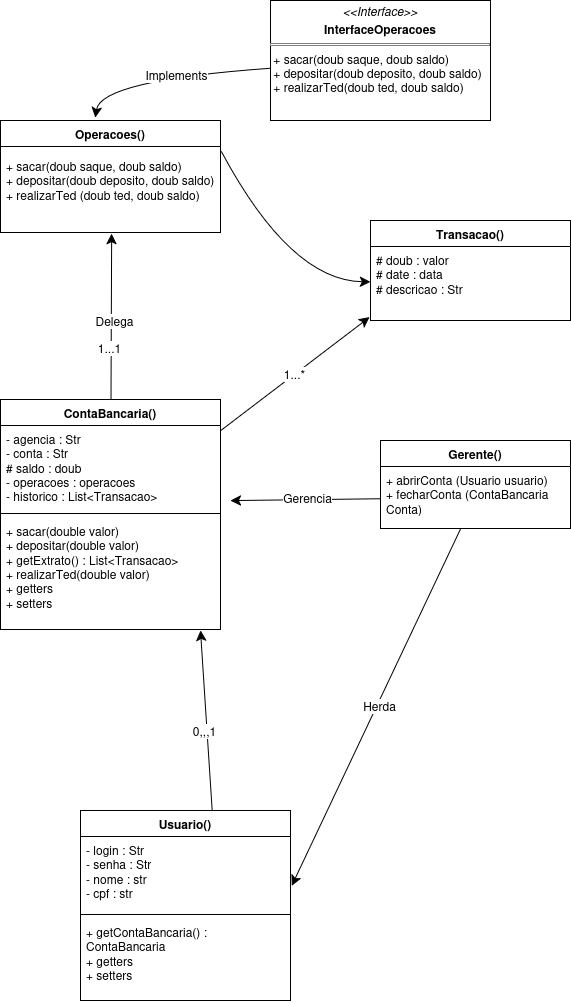
Above: Diagrama de classes.drawio.png in soturnacrosta/sistemaBancario (draw.io), before the change. Source tidied: cells renumbered, new cells last; positions are measured from the earlier drawing's top-left corner, leaving out a move shared by most shapes.
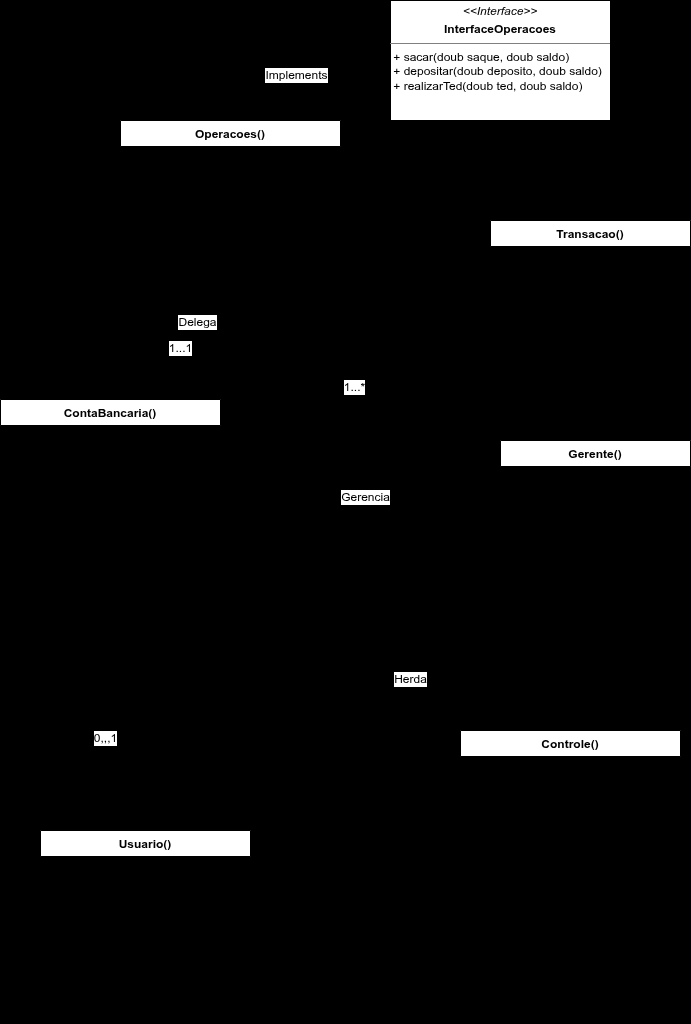
The same file after the commit.

What changed in the source:
```diff
@@ -25,7 +25,7 @@
       <mxGeometry x="270" width="220" height="120" as="geometry" />
     </mxCell>
     <mxCell id="8" value="ContaBancaria()" style="swimlane;fontStyle=1;align=center;verticalAlign=top;horizontal=1;startSize=26;whiteSpace=wrap;html=1;" parent="1" vertex="1">
-      <mxGeometry y="399" width="220" height="230" as="geometry" />
+      <mxGeometry x="-120" y="399" width="220" height="230" as="geometry" />
     </mxCell>
     <mxCell id="9" value="&lt;div&gt;- agencia : Str&lt;/div&gt;&lt;div&gt;- conta : Str&lt;/div&gt;&lt;div&gt;&lt;div&gt;# saldo : doub&lt;/div&gt;- operacoes : operacoes&lt;/div&gt;&lt;div&gt;    - historico : List&amp;lt;Transacao&amp;gt;&lt;/div&gt;" style="text;strokeColor=none;fillColor=none;align=left;verticalAlign=top;spacingLeft=4;spacingRight=4;overflow=hidden;points=[[0,0.5],[1,0.5]];portConstraint=eastwest;whiteSpace=wrap;html=1;" parent="8" vertex="1">
       <mxGeometry y="26" width="220" height="84" as="geometry" />
@@ -48,7 +48,7 @@
     <mxCell id="15" value="Transacao()" style="swimlane;fontStyle=1;align=center;verticalAlign=top;horizontal=1;startSize=26;whiteSpace=wrap;html=1;" parent="1" vertex="1">
       <mxGeometry x="370" y="220" width="200" height="100" as="geometry" />
     </mxCell>
-    <mxCell id="16" value="&lt;div&gt;# doub : valor&lt;/div&gt;&lt;div&gt;# date : data&lt;/div&gt;&lt;div&gt;# descricao : Str&lt;/div&gt;" style="text;strokeColor=none;fillColor=none;align=left;verticalAlign=top;spacingLeft=4;spacingRight=4;overflow=hidden;points=[[0,0.5],[1,0.5]];portConstraint=eastwest;whiteSpace=wrap;html=1;" parent="15" vertex="1">
+    <mxCell id="16" value="&lt;div&gt;# valor : doub&lt;/div&gt;&lt;div&gt;# data : date&lt;/div&gt;&lt;div&gt;# descricao : Str&lt;/div&gt;" style="text;strokeColor=none;fillColor=none;align=left;verticalAlign=top;spacingLeft=4;spacingRight=4;overflow=hidden;points=[[0,0.5],[1,0.5]];portConstraint=eastwest;whiteSpace=wrap;html=1;" parent="15" vertex="1">
       <mxGeometry y="26" width="200" height="74" as="geometry" />
     </mxCell>
     <mxCell id="17" style="edgeStyle=none;curved=1;rounded=0;jettySize=auto;html=1;fontSize=12;startSize=8;endSize=8;exitX=1.005;exitY=0.865;exitDx=0;exitDy=0;exitPerimeter=0;" parent="1" edge="1" source="3" target="16">
@@ -58,9 +58,9 @@
         </Array>
       </mxGeometry>
     </mxCell>
-    <mxCell id="18" style="edgeStyle=none;curved=1;rounded=0;jettySize=auto;html=1;fontSize=12;startSize=8;endSize=8;entryX=0.909;entryY=1.009;entryDx=0;entryDy=0;entryPerimeter=0;" parent="1" edge="1" target="11">
+    <mxCell id="18" style="edgeStyle=none;curved=1;rounded=0;jettySize=auto;html=1;fontSize=12;startSize=8;endSize=8;entryX=0.418;entryY=0.973;entryDx=0;entryDy=0;entryPerimeter=0;exitX=0.424;exitY=-0.021;exitDx=0;exitDy=0;exitPerimeter=0;" parent="1" edge="1" target="11">
       <mxGeometry relative="1" as="geometry">
-        <mxPoint x="211.7" y="810" as="sourcePoint" />
+        <mxPoint y="825" as="sourcePoint" />
       </mxGeometry>
     </mxCell>
     <mxCell id="19" value="0,,,1" style="edgeLabel;html=1;align=center;verticalAlign=middle;fontSize=12;" parent="18" vertex="1">
@@ -72,24 +72,20 @@
     <mxCell id="21" value="&lt;div&gt;+ abrirConta (Usuario usuario)&lt;/div&gt;&lt;div&gt;+ fecharConta (ContaBancaria Conta)&lt;/div&gt;" style="text;strokeColor=none;fillColor=none;align=left;verticalAlign=top;spacingLeft=4;spacingRight=4;overflow=hidden;points=[[0,0.5],[1,0.5]];portConstraint=eastwest;whiteSpace=wrap;html=1;" parent="20" vertex="1">
       <mxGeometry y="26" width="190" height="62" as="geometry" />
     </mxCell>
-    <mxCell id="22" style="edgeStyle=none;curved=1;rounded=0;jettySize=auto;html=1;entryX=1.009;entryY=-0.021;entryDx=0;entryDy=0;entryPerimeter=0;fontSize=12;startSize=8;endSize=8;" parent="1" edge="1" source="21">
-      <mxGeometry relative="1" as="geometry">
-        <mxPoint x="291.3" y="885.4" as="targetPoint" />
-      </mxGeometry>
+    <mxCell id="22" style="edgeStyle=none;curved=1;rounded=0;jettySize=auto;html=1;entryX=1;entryY=0;entryDx=0;entryDy=0;fontSize=12;startSize=8;endSize=8;" parent="1" edge="1" source="21" target="26">
+      <mxGeometry relative="1" as="geometry" />
     </mxCell>
     <mxCell id="23" value="Herda" style="edgeLabel;html=1;align=center;verticalAlign=middle;fontSize=12;" parent="22" vertex="1">
       <mxGeometry x="-0.01" y="2" relative="1" as="geometry" />
     </mxCell>
-    <mxCell id="24" style="edgeStyle=none;curved=1;rounded=0;jettySize=auto;html=1;fontSize=12;startSize=8;endSize=8;" parent="1" edge="1" source="21">
-      <mxGeometry relative="1" as="geometry">
-        <mxPoint x="230" y="500" as="targetPoint" />
-      </mxGeometry>
+    <mxCell id="24" style="edgeStyle=none;curved=1;rounded=0;jettySize=auto;html=1;fontSize=12;startSize=8;endSize=8;entryX=1.009;entryY=0.881;entryDx=0;entryDy=0;entryPerimeter=0;" parent="1" edge="1" source="21" target="9">
+      <mxGeometry relative="1" as="geometry" />
     </mxCell>
     <mxCell id="25" value="Gerencia" style="edgeLabel;html=1;align=center;verticalAlign=middle;fontSize=12;" parent="24" vertex="1">
       <mxGeometry x="-0.03" y="-2" relative="1" as="geometry" />
     </mxCell>
     <mxCell id="26" value="Usuario()" style="swimlane;fontStyle=1;align=center;verticalAlign=top;horizontal=1;startSize=26;whiteSpace=wrap;html=1;" parent="1" vertex="1">
-      <mxGeometry x="80" y="810" width="210" height="190" as="geometry" />
+      <mxGeometry x="-80" y="830" width="210" height="190" as="geometry" />
     </mxCell>
     <mxCell id="27" value="&lt;div&gt;- login : Str&lt;/div&gt;&lt;div&gt;- senha : Str&lt;/div&gt;&lt;div&gt;- nome : str&lt;/div&gt;&lt;div&gt;- cpf : str&lt;/div&gt;" style="text;strokeColor=none;fillColor=none;align=left;verticalAlign=top;spacingLeft=4;spacingRight=4;overflow=hidden;whiteSpace=wrap;html=1;" parent="26" vertex="1">
       <mxGeometry y="26" width="210" height="74" as="geometry" />
@@ -106,5 +102,20 @@
     <mxCell id="31" value="1...*" style="edgeLabel;html=1;align=center;verticalAlign=middle;fontSize=12;" parent="30" vertex="1">
       <mxGeometry x="-0.01" y="1" relative="1" as="geometry" />
     </mxCell>
+    <mxCell id="32" value="Controle()" style="swimlane;fontStyle=1;align=center;verticalAlign=top;horizontal=1;startSize=26;whiteSpace=wrap;html=1;" parent="1" vertex="1">
+      <mxGeometry x="340" y="730" width="220" height="190" as="geometry" />
+    </mxCell>
+    <mxCell id="33" value="&lt;div&gt;- escolha : Str&lt;/div&gt;&lt;div&gt;- condicao : bool&lt;/div&gt;&lt;div&gt;&lt;br&gt;&lt;/div&gt;" style="text;strokeColor=none;fillColor=none;align=left;verticalAlign=top;spacingLeft=4;spacingRight=4;overflow=hidden;points=[[0,0.5],[1,0.5]];portConstraint=eastwest;whiteSpace=wrap;html=1;" parent="32" vertex="1">
+      <mxGeometry y="26" width="220" height="44" as="geometry" />
+    </mxCell>
+    <mxCell id="34" style="line;strokeWidth=1;fillColor=none;align=left;verticalAlign=middle;spacingTop=-1;spacingLeft=3;spacingRight=3;labelPosition=right;strokeColor=inherit;" parent="32" vertex="1">
+      <mxGeometry y="70" width="220" height="8" as="geometry" />
+    </mxCell>
+    <mxCell id="35" value="&lt;div&gt;+ painelControle()&lt;br&gt;    + usuarioSacar()&lt;/div&gt;&lt;div&gt;    + usuarioDepositar()&lt;/div&gt;&lt;div&gt;+ usuarioTed()&lt;/div&gt;&lt;div&gt;+ getters&amp;nbsp;&lt;/div&gt;&lt;div&gt;+ setters&lt;/div&gt;" style="text;strokeColor=none;fillColor=none;align=left;verticalAlign=top;spacingLeft=4;spacingRight=4;overflow=hidden;whiteSpace=wrap;html=1;" parent="32" vertex="1">
+      <mxGeometry y="78" width="220" height="112" as="geometry" />
+    </mxCell>
+    <mxCell id="36" style="edgeStyle=none;html=1;entryX=0.982;entryY=0.705;entryDx=0;entryDy=0;entryPerimeter=0;exitX=-0.018;exitY=0.75;exitDx=0;exitDy=0;exitPerimeter=0;" parent="1" edge="1" source="33" target="11">
+      <mxGeometry relative="1" as="geometry" />
+    </mxCell>
   </root>
 </mxGraphModel>
```
